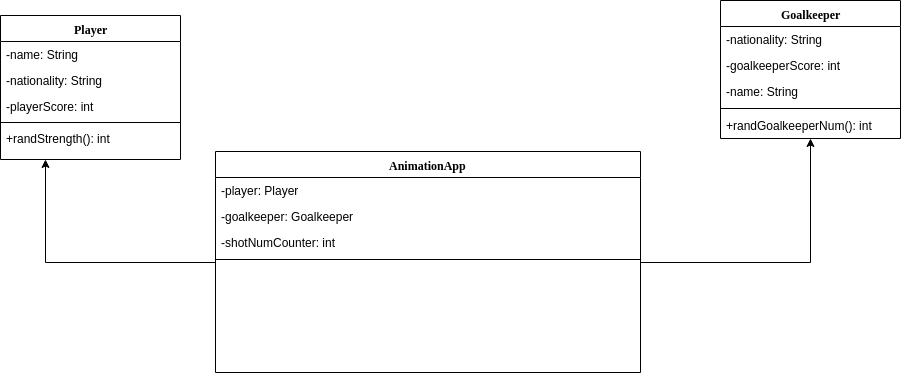
Earlier version of the draw.io export Demo2_Official_CD.png (MillionLinesOfCode/javapenalty). Source tidied: cells renumbered, new cells last; positions are measured from the earlier drawing's top-left corner, leaving out a move shared by most shapes.
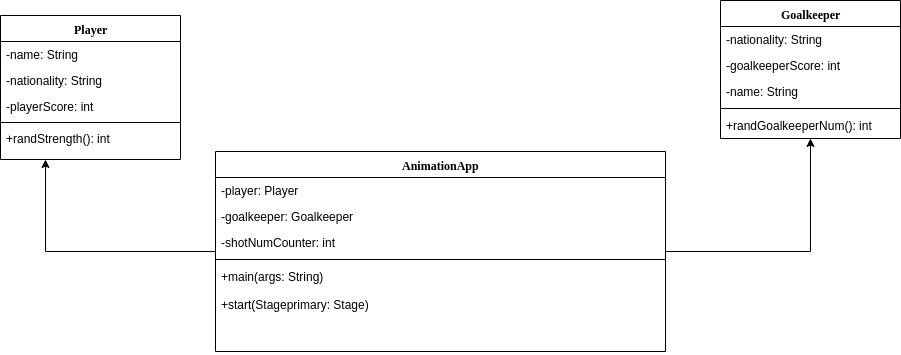
Above is the later version.

What changed in the source:
```diff
@@ -45,19 +45,22 @@
       <mxGeometry relative="1" as="geometry" />
     </mxCell>
     <mxCell id="16" value="AnimationApp" style="swimlane;html=1;fontStyle=1;align=center;verticalAlign=top;horizontal=1;startSize=26;swimlaneFillColor=#ffffff;rounded=0;shadow=0;comic=0;labelBackgroundColor=none;strokeColor=#000000;strokeWidth=1;fillColor=none;fontFamily=Verdana;fontSize=12;fontColor=#000000;" parent="1" vertex="1">
-      <mxGeometry x="215" y="151" width="425" height="221" as="geometry" />
+      <mxGeometry x="215" y="151" width="450" height="200" as="geometry" />
     </mxCell>
     <mxCell id="17" value="-player: Player" style="text;html=1;strokeColor=none;fillColor=none;align=left;verticalAlign=top;spacingLeft=4;spacingRight=4;whiteSpace=wrap;overflow=hidden;" parent="16" vertex="1">
-      <mxGeometry y="26" width="425" height="26" as="geometry" />
+      <mxGeometry y="26" width="450" height="26" as="geometry" />
     </mxCell>
     <mxCell id="18" value="-goalkeeper: Goalkeeper" style="text;html=1;strokeColor=none;fillColor=none;align=left;verticalAlign=top;spacingLeft=4;spacingRight=4;whiteSpace=wrap;overflow=hidden;" parent="16" vertex="1">
-      <mxGeometry y="52" width="425" height="26" as="geometry" />
+      <mxGeometry y="52" width="450" height="26" as="geometry" />
     </mxCell>
     <mxCell id="19" value="-shotNumCounter: int" style="text;html=1;strokeColor=none;fillColor=none;align=left;verticalAlign=top;spacingLeft=4;spacingRight=4;whiteSpace=wrap;overflow=hidden;" parent="16" vertex="1">
-      <mxGeometry y="78" width="425" height="26" as="geometry" />
+      <mxGeometry y="78" width="450" height="26" as="geometry" />
     </mxCell>
     <mxCell id="20" style="line;html=1;strokeWidth=1;fillColor=none;align=left;verticalAlign=middle;spacingTop=-1;spacingLeft=3;spacingRight=3;labelPosition=right;" parent="16" vertex="1">
-      <mxGeometry y="104" width="425" height="8" as="geometry" />
+      <mxGeometry y="104" width="450" height="8" as="geometry" />
     </mxCell>
+    <mxCell id="21" value="+main(args: String)&lt;br&gt;&lt;br&gt;&lt;span&gt;+start&lt;/span&gt;&lt;span&gt;(&lt;/span&gt;&lt;span&gt;Stage&lt;/span&gt;&lt;span&gt;primary: Stage&lt;/span&gt;&lt;span&gt;)&lt;/span&gt;&lt;br&gt;" style="text;html=1;strokeColor=none;fillColor=none;align=left;verticalAlign=top;spacingLeft=4;spacingRight=4;whiteSpace=wrap;overflow=hidden;rotation=0;" parent="16" vertex="1">
+      <mxGeometry y="112" width="450" height="88" as="geometry" />
+    </mxCell>
   </root>
 </mxGraphModel>
```
